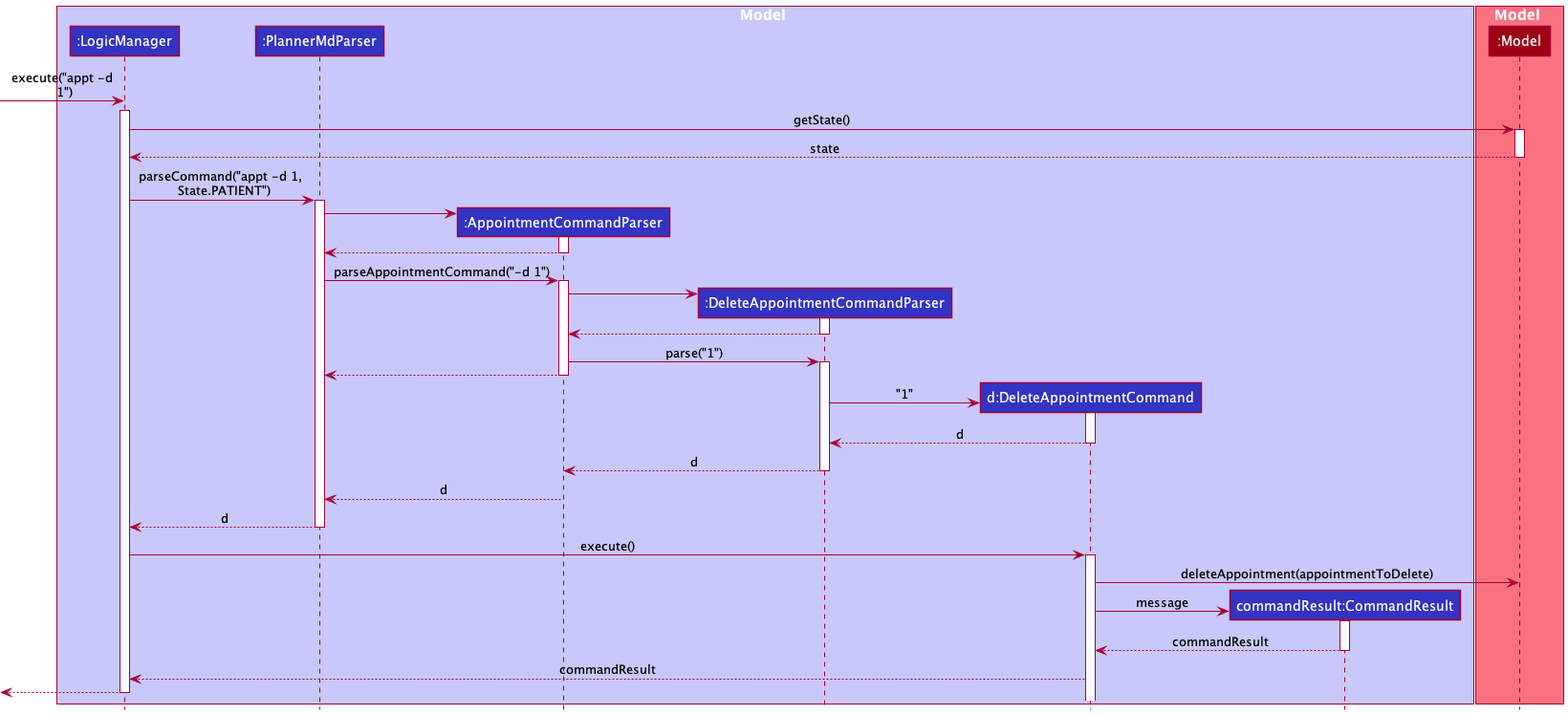
Earlier version of the PlantUML export docs/images/DeleteAppointmentSequenceDiagram.png (nus-cs2103-AY2122S1/tp).
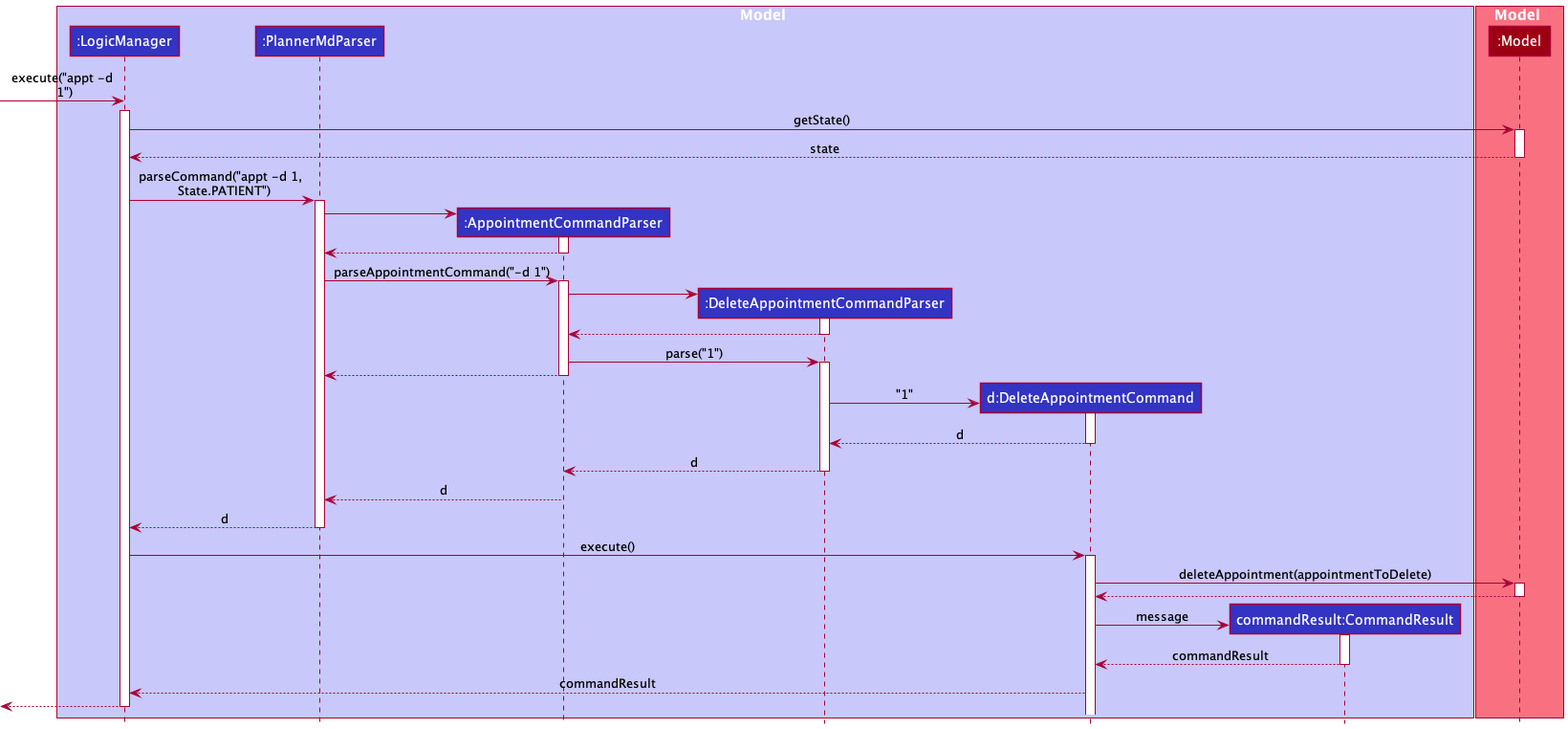
The same diagram one commit later.

Diff of the diagram source:
```diff
@@ -72,6 +72,9 @@
 activate DeleteAppointmentCommand
 
 DeleteAppointmentCommand -> Model : deleteAppointment(appointmentToDelete)
+activate Model
+Model --> DeleteAppointmentCommand
+deactivate Model
 
 create CommandResult
 DeleteAppointmentCommand -> CommandResult : message
```
